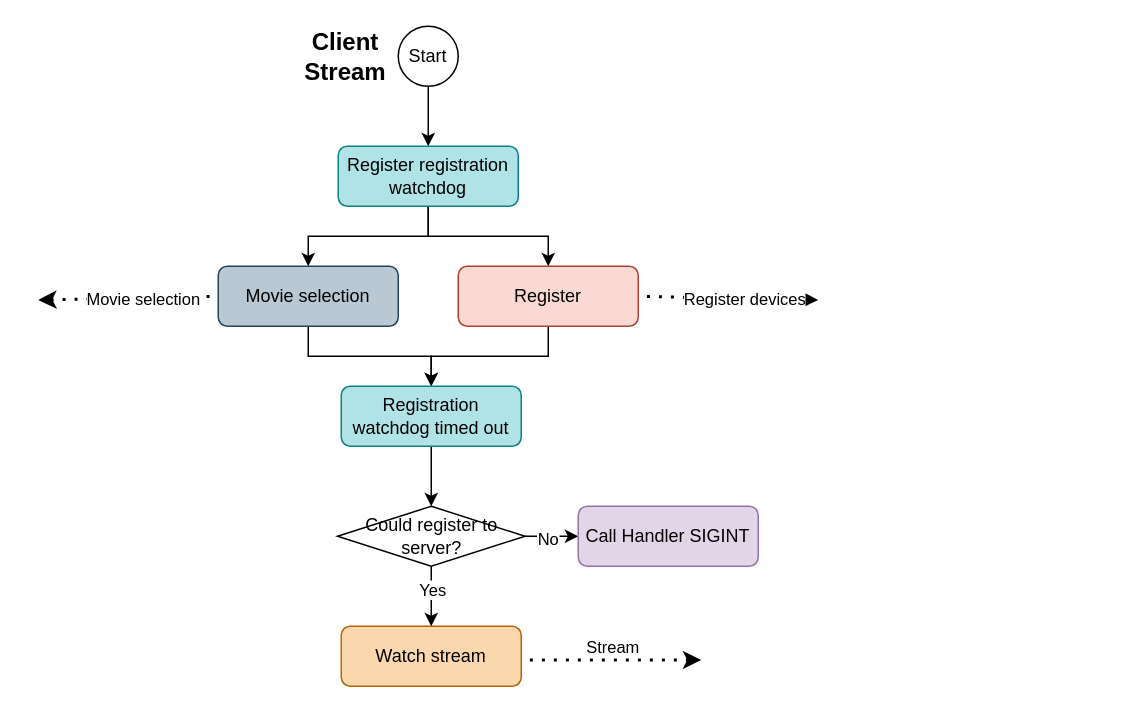
This is page "Stream Client" (13 of 13) of client-server.drawio from nico-ig/UDP-Video-Streaming, a draw.io file, before an edit. Source tidied: cells renumbered, new cells numbered last; positions are measured from the earlier drawing's top-left corner, leaving out a move shared by most shapes. Both pictures are drawn from the tidied source at 150%, with x=0, y=0 at pixel (38, 26).
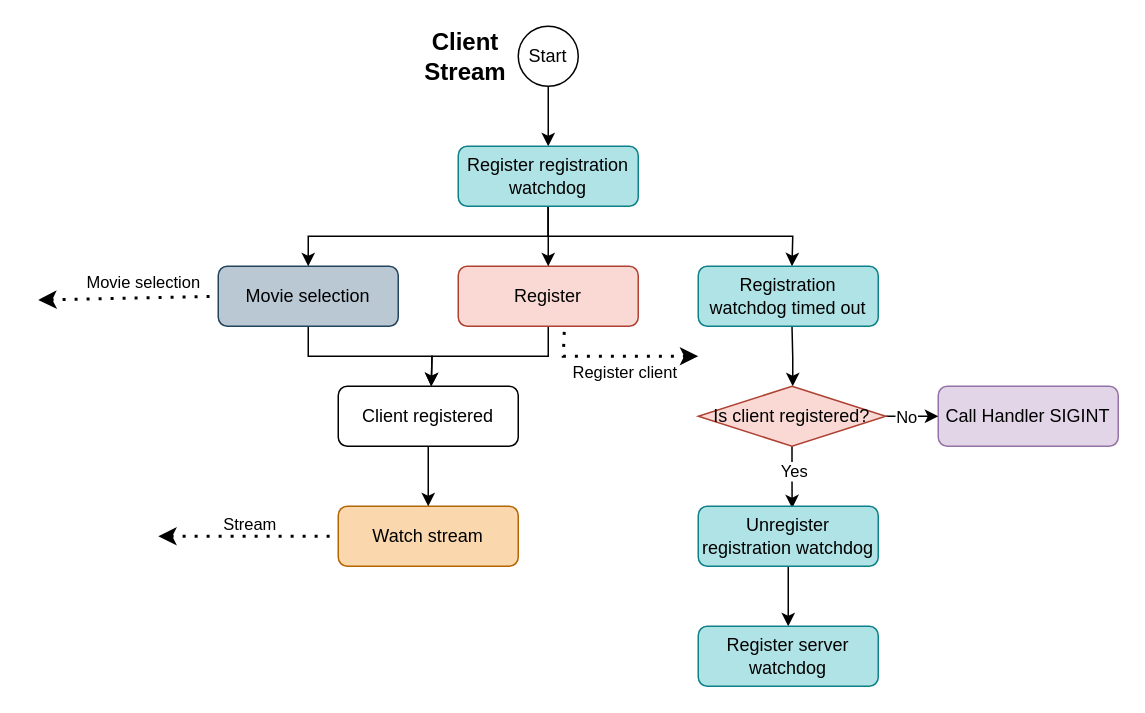
Above is the later version.

Unchanged cells that the change refers to:
```xml
<mxCell id="6" value="Register" style="rounded=1;whiteSpace=wrap;html=1;fillColor=#fad9d5;strokeColor=#ae4132;" parent="1" vertex="1">
  <mxGeometry x="280" y="160" width="120" height="40" as="geometry" />
</mxCell>
<mxCell id="8" value="Movie selection" style="rounded=1;whiteSpace=wrap;html=1;fillColor=#bac8d3;strokeColor=#23445d;" parent="1" vertex="1">
  <mxGeometry x="120" y="160" width="120" height="40" as="geometry" />
</mxCell>
<mxCell id="9" style="endArrow=none;dashed=1;html=1;dashPattern=1 3;strokeWidth=2;rounded=0;startArrow=classic;startFill=1;entryX=0;entryY=0.5;entryDx=0;entryDy=0;" parent="1" edge="1" target="8">
  <mxGeometry relative="1" as="geometry">
    <mxPoint y="182.5" as="sourcePoint" />
  </mxGeometry>
</mxCell>
```

What changed in the source:
```diff
@@
     <mxCell id="3" value="Start" style="ellipse;whiteSpace=wrap;html=1;" parent="1" vertex="1">
-      <mxGeometry x="240" width="40" height="40" as="geometry" />
+      <mxGeometry x="320" width="40" height="40" as="geometry" />
     </mxCell>
     <mxCell id="4" value="&lt;font style=&quot;font-size: 16px;&quot;&gt;&lt;b&gt;Client Stream&lt;br&gt;&lt;/b&gt;&lt;/font&gt;" style="text;html=1;strokeColor=none;fillColor=none;align=center;verticalAlign=middle;whiteSpace=wrap;rounded=0;" parent="1" vertex="1">
-      <mxGeometry x="180" y="5" width="50" height="30" as="geometry" />
+      <mxGeometry x="260" y="5" width="50" height="30" as="geometry" />
     </mxCell>
-    <mxCell id="5" style="edgeStyle=orthogonalEdgeStyle;rounded=0;jettySize=auto;html=1;exitX=0.5;exitY=1;exitDx=0;exitDy=0;" parent="1" edge="1" source="6" target="25">
-      <mxGeometry relative="1" as="geometry" />
+    <mxCell id="5" style="edgeStyle=orthogonalEdgeStyle;rounded=0;jettySize=auto;html=1;exitX=0.5;exitY=1;exitDx=0;exitDy=0;" parent="1" edge="1" source="6">
+      <mxGeometry relative="1" as="geometry">
+        <mxPoint x="262" y="240" as="targetPoint" />
+      </mxGeometry>
     </mxCell>
@@
-    <mxCell id="7" style="edgeStyle=orthogonalEdgeStyle;rounded=0;jettySize=auto;html=1;exitX=0.5;exitY=1;exitDx=0;exitDy=0;entryX=0.5;entryY=0;entryDx=0;entryDy=0;" parent="1" edge="1" source="8" target="25">
-      <mxGeometry relative="1" as="geometry" />
+    <mxCell id="7" style="edgeStyle=orthogonalEdgeStyle;rounded=0;jettySize=auto;html=1;exitX=0.5;exitY=1;exitDx=0;exitDy=0;entryX=0.5;entryY=0;entryDx=0;entryDy=0;" parent="1" edge="1" source="8">
+      <mxGeometry relative="1" as="geometry">
+        <mxPoint x="262" y="240" as="targetPoint" />
+      </mxGeometry>
     </mxCell>
@@
     <mxCell id="10" value="Movie selection" style="edgeLabel;html=1;align=center;verticalAlign=middle;" parent="9" vertex="1">
       <mxGeometry relative="1" as="geometry">
-        <mxPoint x="10" as="offset" />
+        <mxPoint x="10" y="-11" as="offset" />
       </mxGeometry>
     </mxCell>
-    <mxCell id="11" style="endArrow=none;dashed=1;html=1;dashPattern=1 3;strokeWidth=2;rounded=0;startArrow=classic;startFill=1;entryX=1;entryY=0.5;entryDx=0;entryDy=0;" parent="1" edge="1" target="6">
+    <mxCell id="11" style="endArrow=none;dashed=1;html=1;dashPattern=1 3;strokeWidth=2;rounded=0;startArrow=classic;startFill=1;entryX=0.589;entryY=1.085;entryDx=0;entryDy=0;entryPerimeter=0;" parent="1" edge="1" target="6">
       <mxGeometry relative="1" as="geometry">
-        <mxPoint x="520" y="182.5" as="sourcePoint" />
+        <mxPoint x="440" y="220" as="sourcePoint" />
+        <Array as="points">
+          <mxPoint x="350" y="220" />
+        </Array>
       </mxGeometry>
     </mxCell>
-    <mxCell id="12" value="Register devices" style="edgeLabel;html=1;align=center;verticalAlign=middle;" parent="11" vertex="1">
+    <mxCell id="12" value="Register client" style="edgeLabel;html=1;align=center;verticalAlign=middle;" parent="11" vertex="1">
       <mxGeometry relative="1" as="geometry">
-        <mxPoint x="10" as="offset" />
+        <mxPoint x="3" y="10" as="offset" />
       </mxGeometry>
     </mxCell>
     <mxCell id="13" value="Watch stream" style="rounded=1;whiteSpace=wrap;html=1;fillColor=#fad7ac;strokeColor=#b46504;" parent="1" vertex="1">
-      <mxGeometry x="202" y="400" width="120" height="40" as="geometry" />
+      <mxGeometry x="200" y="320" width="120" height="40" as="geometry" />
     </mxCell>
-    <mxCell id="14" style="endArrow=none;dashed=1;html=1;dashPattern=1 3;strokeWidth=2;rounded=0;startArrow=classic;startFill=1;" parent="1" edge="1">
+    <mxCell id="14" style="endArrow=none;dashed=1;html=1;dashPattern=1 3;strokeWidth=2;rounded=0;startArrow=classic;startFill=1;entryX=0;entryY=0.5;entryDx=0;entryDy=0;" parent="1" edge="1" target="13">
       <mxGeometry relative="1" as="geometry">
-        <mxPoint x="442" y="422.5" as="sourcePoint" />
-        <mxPoint x="322" y="422.5" as="targetPoint" />
-        <Array as="points">
-          <mxPoint x="322" y="422.5" />
-        </Array>
+        <mxPoint x="80" y="340" as="sourcePoint" />
       </mxGeometry>
     </mxCell>
@@
+    <mxCell id="27" style="edgeStyle=orthogonalEdgeStyle;rounded=0;jettySize=auto;html=1;exitX=0.5;exitY=1;exitDx=0;exitDy=0;" parent="1" edge="1" source="18">
+      <mxGeometry relative="1" as="geometry">
+        <mxPoint x="502.5" y="160" as="targetPoint" />
+      </mxGeometry>
+    </mxCell>
     <mxCell id="18" value="Register registration watchdog" style="rounded=1;whiteSpace=wrap;html=1;fillColor=#b0e3e6;strokeColor=#0e8088;" parent="1" vertex="1">
-      <mxGeometry x="200" y="80" width="120" height="40" as="geometry" />
+      <mxGeometry x="280" y="80" width="120" height="40" as="geometry" />
     </mxCell>
-    <mxCell id="19" style="edgeStyle=orthogonalEdgeStyle;rounded=0;jettySize=auto;html=1;" parent="1" edge="1" source="23" target="13">
-      <mxGeometry relative="1" as="geometry" />
-    </mxCell>
+    <mxCell id="26" value="Call Handler SIGINT" style="rounded=1;whiteSpace=wrap;html=1;fillColor=#e1d5e7;strokeColor=#9673a6;" parent="1" vertex="1">
+      <mxGeometry x="600" y="240" width="120" height="40" as="geometry" />
+    </mxCell>
+    <mxCell id="28" style="edgeStyle=orthogonalEdgeStyle;rounded=0;jettySize=auto;html=1;" parent="1" edge="1" source="29" target="13">
+      <mxGeometry relative="1" as="geometry" />
+    </mxCell>
+    <mxCell id="29" value="Client registered" style="rounded=1;whiteSpace=wrap;html=1;" parent="1" vertex="1">
+      <mxGeometry x="200" y="240" width="120" height="40" as="geometry" />
+    </mxCell>
+    <mxCell id="30" style="edgeStyle=orthogonalEdgeStyle;rounded=0;orthogonalLoop=1;jettySize=auto;html=1;" parent="1" edge="1">
+      <mxGeometry relative="1" as="geometry">
+        <mxPoint x="502.5" y="200" as="sourcePoint" />
+        <mxPoint x="503" y="240" as="targetPoint" />
+      </mxGeometry>
+    </mxCell>
+    <mxCell id="31" style="edgeStyle=orthogonalEdgeStyle;rounded=0;jettySize=auto;html=1;entryX=0.522;entryY=0.033;entryDx=0;entryDy=0;entryPerimeter=0;" parent="1" edge="1" source="33">
+      <mxGeometry relative="1" as="geometry">
+        <mxPoint x="502.6" y="321.3" as="targetPoint" />
+      </mxGeometry>
+    </mxCell>
-    <mxCell id="20" value="Yes" style="edgeLabel;html=1;align=center;verticalAlign=middle;" parent="19" vertex="1">
-      <mxGeometry x="-0.24" relative="1" as="geometry" />
+    <mxCell id="20" value="Yes" style="edgeLabel;html=1;align=center;verticalAlign=middle;" parent="31" vertex="1">
+      <mxGeometry relative="1" as="geometry">
+        <mxPoint y="-4" as="offset" />
+      </mxGeometry>
     </mxCell>
-    <mxCell id="21" style="edgeStyle=orthogonalEdgeStyle;rounded=0;jettySize=auto;html=1;" parent="1" edge="1" source="23" target="26">
-      <mxGeometry relative="1" as="geometry" />
-    </mxCell>
+    <mxCell id="32" style="edgeStyle=orthogonalEdgeStyle;rounded=0;jettySize=auto;html=1;" parent="1" edge="1" source="33" target="26">
+      <mxGeometry relative="1" as="geometry" />
+    </mxCell>
-    <mxCell id="22" value="No" style="edgeLabel;html=1;align=center;verticalAlign=middle;" parent="21" vertex="1">
-      <mxGeometry x="-0.33" y="-1" relative="1" as="geometry" />
+    <mxCell id="22" value="No" style="edgeLabel;html=1;align=center;verticalAlign=middle;" parent="32" vertex="1">
+      <mxGeometry relative="1" as="geometry">
+        <mxPoint x="-4" as="offset" />
+      </mxGeometry>
     </mxCell>
-    <mxCell id="23" value="Could register to server?" style="rhombus;whiteSpace=wrap;html=1;" parent="1" vertex="1">
-      <mxGeometry x="199.5" y="320" width="125" height="40" as="geometry" />
-    </mxCell>
-    <mxCell id="24" style="edgeStyle=orthogonalEdgeStyle;rounded=0;jettySize=auto;html=1;" parent="1" edge="1" source="25" target="23">
-      <mxGeometry relative="1" as="geometry" />
-    </mxCell>
+    <mxCell id="33" value="Is client registered?" style="rhombus;whiteSpace=wrap;html=1;fillColor=#fad9d5;strokeColor=#ae4132;" parent="1" vertex="1">
+      <mxGeometry x="440" y="240" width="125" height="40" as="geometry" />
+    </mxCell>
+    <mxCell id="34" style="edgeStyle=orthogonalEdgeStyle;rounded=0;jettySize=auto;html=1;entryX=0.5;entryY=0;entryDx=0;entryDy=0;" parent="1" edge="1" source="35" target="36">
+      <mxGeometry relative="1" as="geometry" />
+    </mxCell>
+    <mxCell id="35" value="Unregister registration watchdog" style="rounded=1;whiteSpace=wrap;html=1;fillColor=#b0e3e6;strokeColor=#0e8088;" parent="1" vertex="1">
+      <mxGeometry x="440" y="320" width="120" height="40" as="geometry" />
+    </mxCell>
+    <mxCell id="36" value="Register server watchdog" style="rounded=1;whiteSpace=wrap;html=1;fillColor=#b0e3e6;strokeColor=#0e8088;" parent="1" vertex="1">
+      <mxGeometry x="440" y="400" width="120" height="40" as="geometry" />
+    </mxCell>
     <mxCell id="25" value="Registration watchdog timed out" style="rounded=1;whiteSpace=wrap;html=1;fillColor=#b0e3e6;strokeColor=#0e8088;" parent="1" vertex="1">
-      <mxGeometry x="202" y="240" width="120" height="40" as="geometry" />
+      <mxGeometry x="440" y="160" width="120" height="40" as="geometry" />
     </mxCell>
-    <mxCell id="26" value="Call Handler SIGINT" style="rounded=1;whiteSpace=wrap;html=1;fillColor=#e1d5e7;strokeColor=#9673a6;" parent="1" vertex="1">
-      <mxGeometry x="360" y="320" width="120" height="40" as="geometry" />
-    </mxCell>
```
